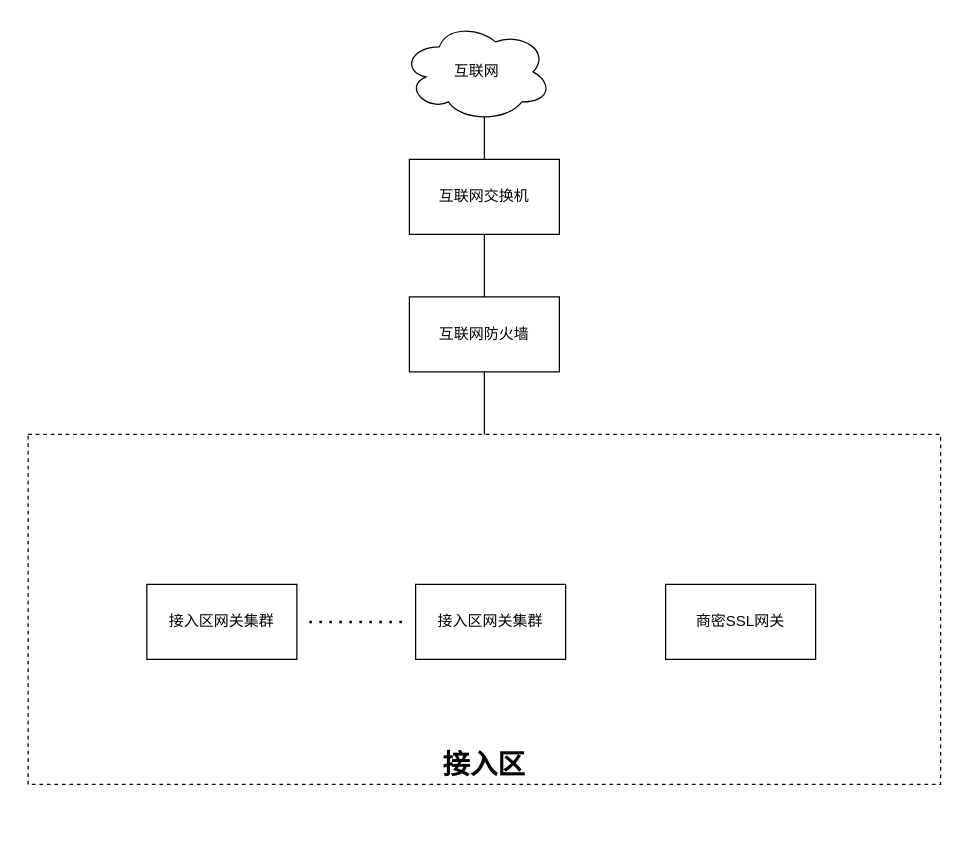
razor/1102_decoration keeps this draw.io diagram as sslvpn.drawio. Above is the earlier version. Source tidied: cells renumbered, new cells numbered last; positions are measured from the earlier drawing's top-left corner, leaving out a move shared by most shapes. Both pictures are drawn from the tidied source at 125%, with x=0, y=0 at pixel (28, 21).
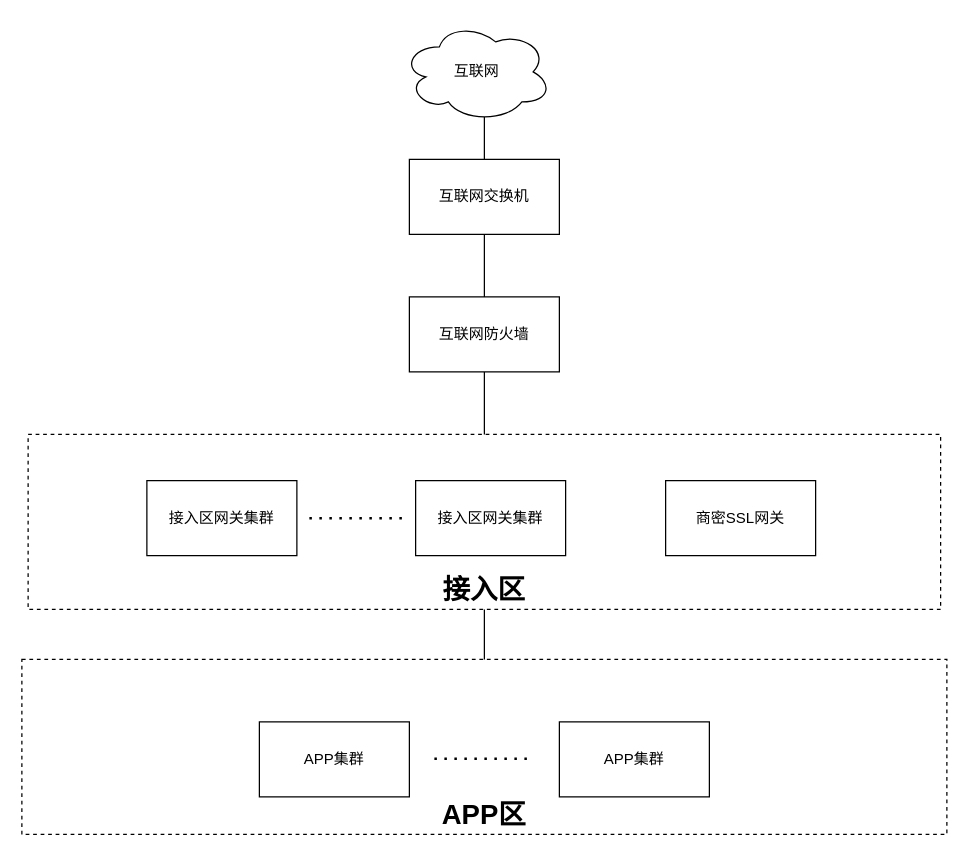
After the change.

What changed in the source:
```diff
@@
 <mxGraphModel>
   <root>
     <mxCell id="0" />
     <mxCell id="1" parent="0" />
     <mxCell id="2" value="&lt;font style=&quot;font-size: 22px;&quot;&gt;&lt;b&gt;接入区&lt;/b&gt;&lt;/font&gt;" style="rounded=0;whiteSpace=wrap;html=1;dashed=1;verticalAlign=bottom;" parent="1" vertex="1">
-      <mxGeometry y="330" width="730" height="280" as="geometry" />
+      <mxGeometry y="330" width="730" height="140" as="geometry" />
     </mxCell>
     <mxCell id="3" value="接入区网关集群" style="rounded=0;whiteSpace=wrap;html=1;" parent="1" vertex="1">
-      <mxGeometry x="95" y="450" width="120" height="60" as="geometry" />
+      <mxGeometry x="95" y="367" width="120" height="60" as="geometry" />
     </mxCell>
     <mxCell id="4" value="接入区网关集群" style="rounded=0;whiteSpace=wrap;html=1;" parent="1" vertex="1">
-      <mxGeometry x="310" y="450" width="120" height="60" as="geometry" />
+      <mxGeometry x="310" y="367" width="120" height="60" as="geometry" />
     </mxCell>
     <mxCell id="5" style="endArrow=none;dashed=1;html=1;dashPattern=1 3;strokeWidth=2;rounded=0;" parent="1" edge="1">
       <mxGeometry relative="1" as="geometry">
-        <mxPoint x="225" y="480" as="sourcePoint" />
-        <mxPoint x="305" y="480" as="targetPoint" />
+        <mxPoint x="225" y="397" as="sourcePoint" />
+        <mxPoint x="305" y="397" as="targetPoint" />
       </mxGeometry>
     </mxCell>
     <mxCell id="6" value="商密SSL网关" style="rounded=0;whiteSpace=wrap;html=1;" parent="1" vertex="1">
-      <mxGeometry x="510" y="450" width="120" height="60" as="geometry" />
+      <mxGeometry x="510" y="367" width="120" height="60" as="geometry" />
     </mxCell>
     <mxCell id="7" value="互联网" style="ellipse;shape=cloud;whiteSpace=wrap;html=1;" parent="1" vertex="1">
       <mxGeometry x="299" width="120" height="80" as="geometry" />
     </mxCell>
     <mxCell id="8" value="互联网交换机" style="rounded=0;whiteSpace=wrap;html=1;" parent="1" vertex="1">
       <mxGeometry x="305" y="110" width="120" height="60" as="geometry" />
     </mxCell>
     <mxCell id="9" value="互联网防火墙" style="rounded=0;whiteSpace=wrap;html=1;" parent="1" vertex="1">
       <mxGeometry x="305" y="220" width="120" height="60" as="geometry" />
     </mxCell>
     <mxCell id="10" style="endArrow=none;html=1;rounded=0;entryX=0.55;entryY=0.95;entryDx=0;entryDy=0;entryPerimeter=0;" parent="1" edge="1" source="8" target="7">
       <mxGeometry relative="1" as="geometry" />
     </mxCell>
     <mxCell id="11" style="endArrow=none;html=1;rounded=0;entryX=0.5;entryY=0;entryDx=0;entryDy=0;exitX=0.5;exitY=1;exitDx=0;exitDy=0;" parent="1" edge="1" source="8" target="9">
       <mxGeometry relative="1" as="geometry" />
     </mxCell>
     <mxCell id="12" style="endArrow=none;html=1;rounded=0;entryX=0.5;entryY=1;entryDx=0;entryDy=0;exitX=0.5;exitY=0;exitDx=0;exitDy=0;" parent="1" edge="1" source="2" target="9">
       <mxGeometry relative="1" as="geometry" />
     </mxCell>
+    <mxCell id="13" value="&lt;font style=&quot;font-size: 22px;&quot;&gt;&lt;b&gt;APP区&lt;/b&gt;&lt;/font&gt;" style="rounded=0;whiteSpace=wrap;html=1;dashed=1;verticalAlign=bottom;" parent="1" vertex="1">
+      <mxGeometry x="-5" y="510" width="740" height="140" as="geometry" />
+    </mxCell>
+    <mxCell id="14" value="APP集群" style="rounded=0;whiteSpace=wrap;html=1;" parent="1" vertex="1">
+      <mxGeometry x="185" y="560" width="120" height="60" as="geometry" />
+    </mxCell>
+    <mxCell id="15" value="APP集群" style="rounded=0;whiteSpace=wrap;html=1;" parent="1" vertex="1">
+      <mxGeometry x="425" y="560" width="120" height="60" as="geometry" />
+    </mxCell>
+    <mxCell id="16" style="endArrow=none;dashed=1;html=1;dashPattern=1 3;strokeWidth=2;rounded=0;" parent="1" edge="1">
+      <mxGeometry relative="1" as="geometry">
+        <mxPoint x="325" y="589.5" as="sourcePoint" />
+        <mxPoint x="405" y="589.5" as="targetPoint" />
+      </mxGeometry>
+    </mxCell>
+    <mxCell id="17" style="endArrow=none;html=1;rounded=0;entryX=0.5;entryY=1;entryDx=0;entryDy=0;exitX=0.5;exitY=0;exitDx=0;exitDy=0;" parent="1" edge="1" source="13" target="2">
+      <mxGeometry relative="1" as="geometry" />
+    </mxCell>
   </root>
 </mxGraphModel>
```
